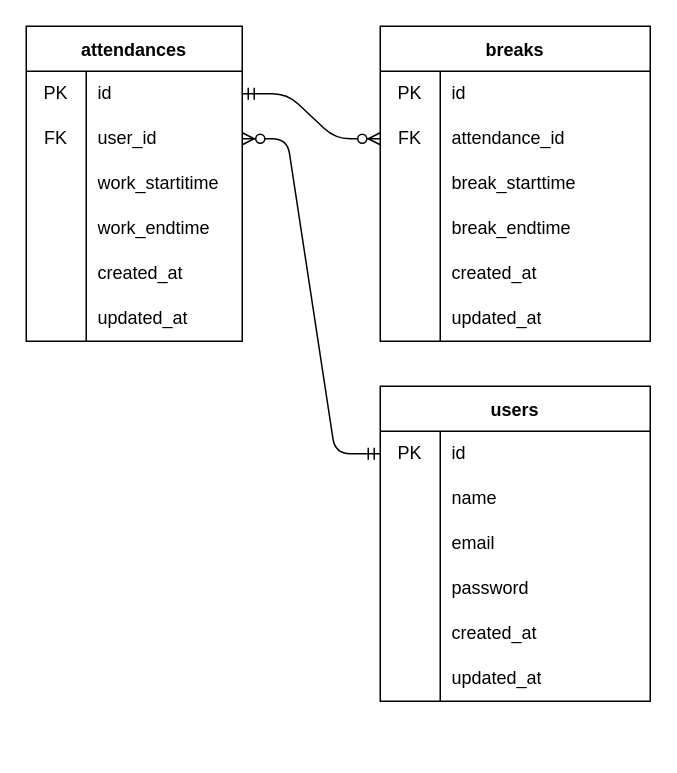
The draw.io diagram ER_diagram.drawio in Tomey0219/suwa_beginner, before the edit. Source tidied: cells renumbered, new cells numbered last; positions are measured from the earlier drawing's top-left corner, leaving out a move shared by most shapes. Both pictures are drawn from the tidied source at 150%, with x=0, y=0 at pixel (26, 26).
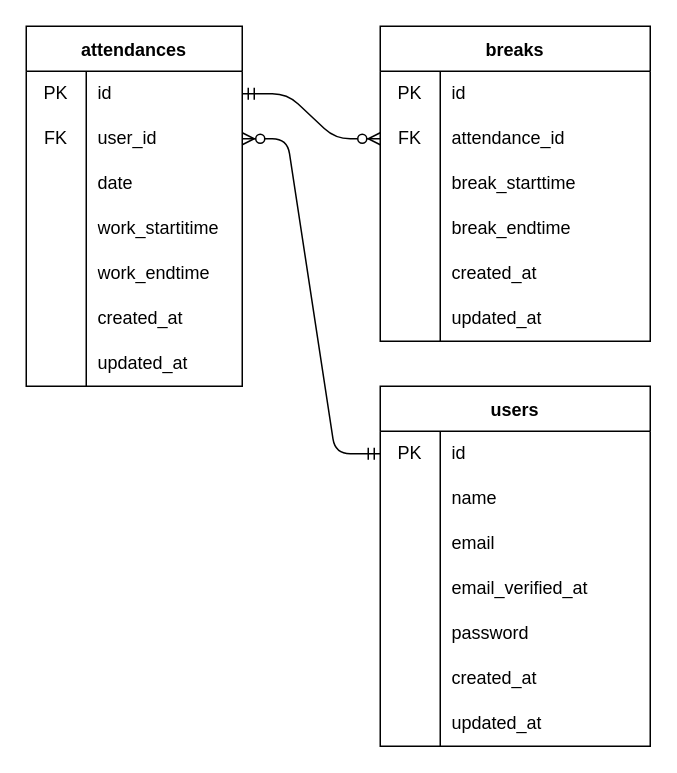
After the change.

Diff of the diagram source:
```diff
@@
     <mxCell id="2" value="users" style="shape=table;startSize=30;childLayout=tableLayout;rowLines=0;fontStyle=1;" parent="1" vertex="1">
-      <mxGeometry x="236" y="240" width="180" height="210" as="geometry" />
+      <mxGeometry x="236" y="240" width="180" height="240" as="geometry" />
     </mxCell>
@@
+    <mxCell id="61" style="shape=tableRow;horizontal=0;startSize=0;swimlaneHead=0;swimlaneBody=0;top=0;left=0;bottom=0;right=0;fillColor=none;" parent="2" vertex="1">
+      <mxGeometry y="120" width="180" height="30" as="geometry" />
+    </mxCell>
+    <mxCell id="62" style="shape=partialRectangle;html=1;whiteSpace=wrap;fillColor=none;top=0;left=0;bottom=0;right=0;overflow=hidden;" parent="61" vertex="1">
+      <mxGeometry width="40" height="30" as="geometry" />
+    </mxCell>
+    <mxCell id="63" value="email_verified_at" style="shape=partialRectangle;html=1;whiteSpace=wrap;fillColor=none;top=0;left=0;bottom=0;right=0;align=left;spacingLeft=6;overflow=hidden;" parent="61" vertex="1">
+      <mxGeometry x="40" width="140" height="30" as="geometry" />
+    </mxCell>
     <mxCell id="12" style="shape=tableRow;horizontal=0;startSize=0;swimlaneHead=0;swimlaneBody=0;top=0;left=0;bottom=0;right=0;fillColor=none;" parent="2" vertex="1">
-      <mxGeometry y="120" width="180" height="30" as="geometry" />
+      <mxGeometry y="150" width="180" height="30" as="geometry" />
     </mxCell>
@@
     <mxCell id="15" style="shape=tableRow;horizontal=0;startSize=0;swimlaneHead=0;swimlaneBody=0;top=0;left=0;bottom=0;right=0;fillColor=none;" parent="2" vertex="1">
-      <mxGeometry y="150" width="180" height="30" as="geometry" />
+      <mxGeometry y="180" width="180" height="30" as="geometry" />
     </mxCell>
@@
     <mxCell id="18" style="shape=tableRow;horizontal=0;startSize=0;swimlaneHead=0;swimlaneBody=0;top=0;left=0;bottom=0;right=0;fillColor=none;" parent="2" vertex="1">
-      <mxGeometry y="180" width="180" height="30" as="geometry" />
+      <mxGeometry y="210" width="180" height="30" as="geometry" />
     </mxCell>
@@
     <mxCell id="21" value="attendances" style="shape=table;startSize=30;childLayout=tableLayout;rowLines=0;fontStyle=1;" parent="1" vertex="1">
-      <mxGeometry width="144" height="210" as="geometry" />
+      <mxGeometry width="144" height="240" as="geometry" />
     </mxCell>
@@
+    <mxCell id="64" style="shape=tableRow;horizontal=0;startSize=0;swimlaneHead=0;swimlaneBody=0;top=0;left=0;bottom=0;right=0;fillColor=none;" parent="21" vertex="1">
+      <mxGeometry y="90" width="144" height="30" as="geometry" />
+    </mxCell>
+    <mxCell id="65" style="shape=partialRectangle;html=1;whiteSpace=wrap;fillColor=none;top=0;left=0;bottom=0;right=0;overflow=hidden;" parent="64" vertex="1">
+      <mxGeometry width="40" height="30" as="geometry" />
+    </mxCell>
+    <mxCell id="66" value="date" style="shape=partialRectangle;html=1;whiteSpace=wrap;fillColor=none;top=0;left=0;bottom=0;right=0;align=left;spacingLeft=6;overflow=hidden;" parent="64" vertex="1">
+      <mxGeometry x="40" width="104" height="30" as="geometry" />
+    </mxCell>
     <mxCell id="28" style="shape=tableRow;horizontal=0;startSize=0;swimlaneHead=0;swimlaneBody=0;top=0;left=0;bottom=0;right=0;fillColor=none;" parent="21" vertex="1">
-      <mxGeometry y="90" width="144" height="30" as="geometry" />
+      <mxGeometry y="120" width="144" height="30" as="geometry" />
     </mxCell>
@@
     <mxCell id="31" style="shape=tableRow;horizontal=0;startSize=0;swimlaneHead=0;swimlaneBody=0;top=0;left=0;bottom=0;right=0;fillColor=none;" parent="21" vertex="1">
-      <mxGeometry y="120" width="144" height="30" as="geometry" />
+      <mxGeometry y="150" width="144" height="30" as="geometry" />
     </mxCell>
@@
     <mxCell id="34" style="shape=tableRow;horizontal=0;startSize=0;swimlaneHead=0;swimlaneBody=0;top=0;left=0;bottom=0;right=0;fillColor=none;" parent="21" vertex="1">
-      <mxGeometry y="150" width="144" height="30" as="geometry" />
+      <mxGeometry y="180" width="144" height="30" as="geometry" />
     </mxCell>
@@
     <mxCell id="37" style="shape=tableRow;horizontal=0;startSize=0;swimlaneHead=0;swimlaneBody=0;top=0;left=0;bottom=0;right=0;fillColor=none;" parent="21" vertex="1">
-      <mxGeometry y="180" width="144" height="30" as="geometry" />
+      <mxGeometry y="210" width="144" height="30" as="geometry" />
     </mxCell>
```
